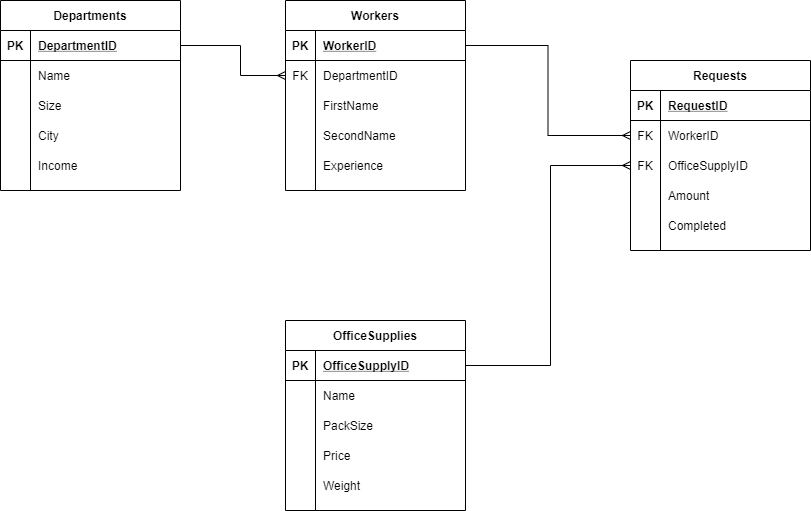
The draw.io diagram lab1/Model-Страница 1.png in alena-zayts/BMSTU_5sem_databases, before a commit. Source tidied: cells renumbered, new cells last; positions are measured from the earlier drawing's top-left corner, leaving out a move shared by most shapes.
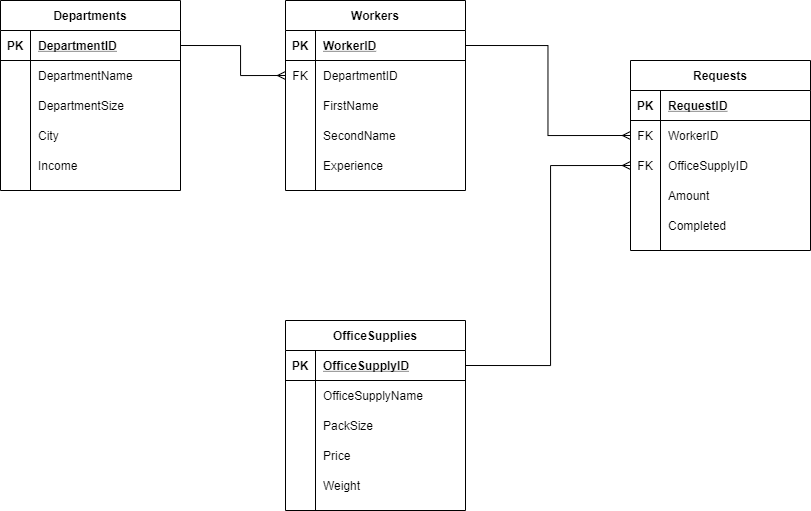
After the change.

The edit, as a diff of the source:
```diff
@@ -127,7 +127,7 @@
     <mxCell id="41" style="shape=partialRectangle;fillColor=none;top=0;left=0;bottom=0;right=0;overflow=hidden;" parent="40" vertex="1">
       <mxGeometry width="30" height="30" as="geometry" />
     </mxCell>
-    <mxCell id="42" value="Name" style="shape=partialRectangle;fillColor=none;top=0;left=0;bottom=0;right=0;align=left;spacingLeft=6;overflow=hidden;" parent="40" vertex="1">
+    <mxCell id="42" value="OfficeSupplyName" style="shape=partialRectangle;fillColor=none;top=0;left=0;bottom=0;right=0;align=left;spacingLeft=6;overflow=hidden;" parent="40" vertex="1">
       <mxGeometry x="30" width="150" height="30" as="geometry" />
     </mxCell>
     <mxCell id="43" style="shape=partialRectangle;fillColor=none;top=0;left=0;bottom=0;right=0;" parent="36" vertex="1">
@@ -175,7 +175,7 @@
     <mxCell id="57" style="shape=partialRectangle;fillColor=none;top=0;left=0;bottom=0;right=0;overflow=hidden;" parent="56" vertex="1">
       <mxGeometry width="30" height="30" as="geometry" />
     </mxCell>
-    <mxCell id="58" value="Name" style="shape=partialRectangle;fillColor=none;top=0;left=0;bottom=0;right=0;align=left;spacingLeft=6;overflow=hidden;" parent="56" vertex="1">
+    <mxCell id="58" value="DepartmentName" style="shape=partialRectangle;fillColor=none;top=0;left=0;bottom=0;right=0;align=left;spacingLeft=6;overflow=hidden;" parent="56" vertex="1">
       <mxGeometry x="30" width="150" height="30" as="geometry" />
     </mxCell>
     <mxCell id="59" style="shape=partialRectangle;fillColor=none;top=0;left=0;bottom=0;right=0;" parent="52" vertex="1">
@@ -184,7 +184,7 @@
     <mxCell id="60" style="shape=partialRectangle;fillColor=none;top=0;left=0;bottom=0;right=0;overflow=hidden;" parent="59" vertex="1">
       <mxGeometry width="30" height="30" as="geometry" />
     </mxCell>
-    <mxCell id="61" value="Size" style="shape=partialRectangle;fillColor=none;top=0;left=0;bottom=0;right=0;align=left;spacingLeft=6;overflow=hidden;" parent="59" vertex="1">
+    <mxCell id="61" value="DepartmentSize" style="shape=partialRectangle;fillColor=none;top=0;left=0;bottom=0;right=0;align=left;spacingLeft=6;overflow=hidden;" parent="59" vertex="1">
       <mxGeometry x="30" width="150" height="30" as="geometry" />
     </mxCell>
     <mxCell id="62" style="shape=partialRectangle;fillColor=none;top=0;left=0;bottom=0;right=0;" parent="52" vertex="1">
```
